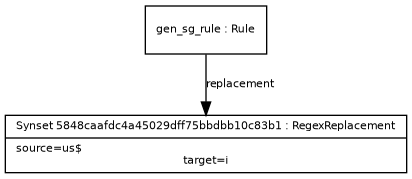
The Graphviz diagram examples/example_7.png in ontolex/morph, before a commit. Its source is kept beside it as examples/example_7.dot. Source of this version:
```dot
digraph G {
  fontname = "Bitstream Vera Sans"
    fontsize = 8

    node [
      fontname = "Bitstream Vera Sans"
      fontsize = 8
      shape = "record"
    ]

    edge [
      fontname = "Bitstream Vera Sans"
      fontsize = 8
    ]

Synset5848caafdc4a45029dff75bbdbb10c83b1 [ label="{Synset 5848caafdc4a45029dff75bbdbb10c83b1 : RegexReplacement|source=us$\ltarget=i}" ]
gen_sg_rule -> Synset5848caafdc4a45029dff75bbdbb10c83b1 [ label="replacement" ]
gen_sg_rule [ label="{gen_sg_rule : Rule}" ]
}
```
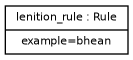
Later version of the same file.

Change to the diagram source:
```diff
@@ -13,7 +13,5 @@
       fontsize = 8
     ]
 
-Synset5848caafdc4a45029dff75bbdbb10c83b1 [ label="{Synset 5848caafdc4a45029dff75bbdbb10c83b1 : RegexReplacement|source=us$\ltarget=i}" ]
-gen_sg_rule -> Synset5848caafdc4a45029dff75bbdbb10c83b1 [ label="replacement" ]
-gen_sg_rule [ label="{gen_sg_rule : Rule}" ]
+lenition_rule [ label="{lenition_rule : Rule|example=bhean}" ]
 }
```
